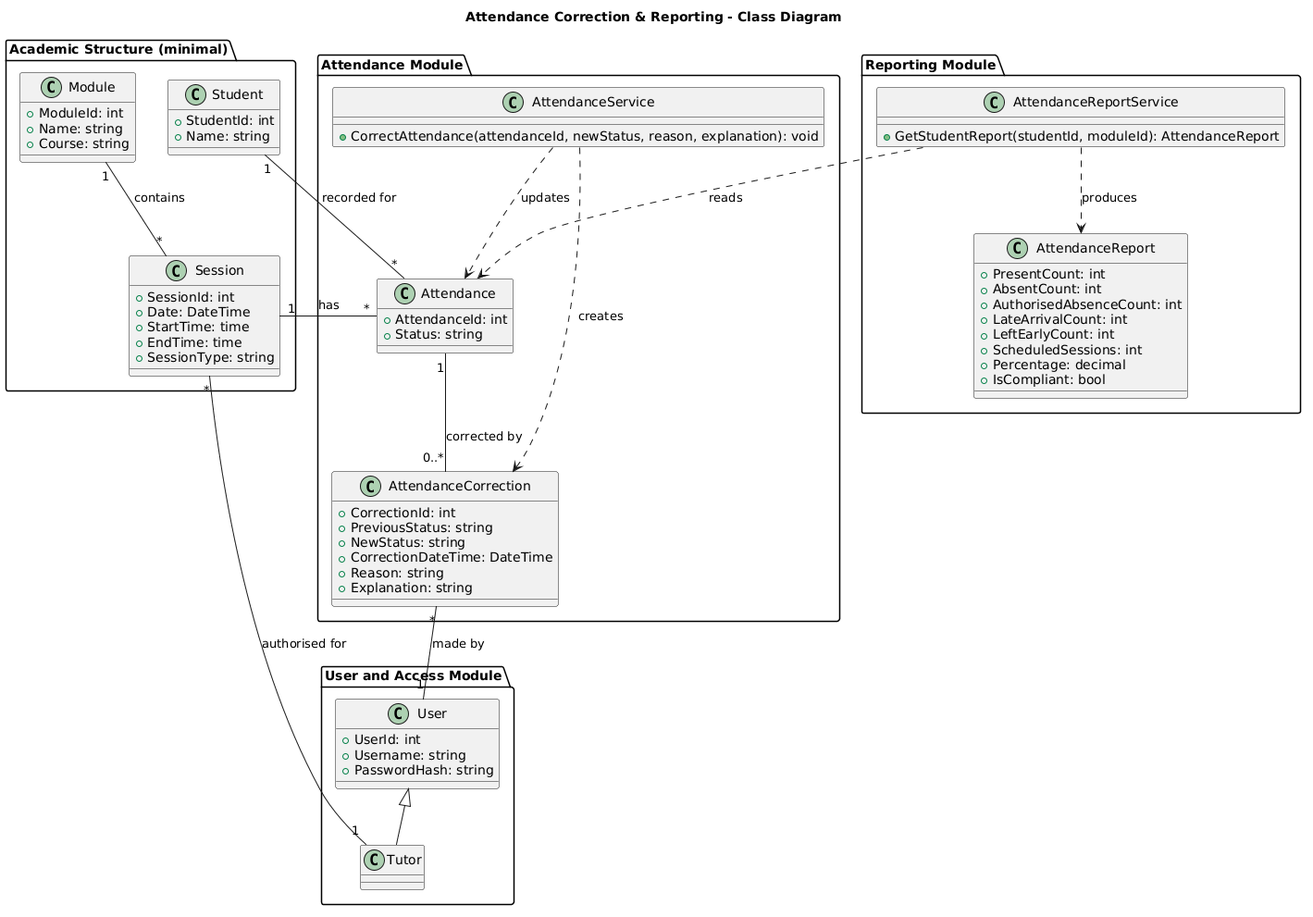
Above: out/diagrams/class-diagram/AttendanceMonitoringSystemClassDiagram.png in Shelly855/attendance-monitoring-copy (PlantUML), before the change. The source it was exported from:
```plantuml
@startuml
title Attendance Correction & Reporting - Class Diagram

package "User and Access Module" {
  class User {
    +UserId: int
    +Username: string
    +PasswordHash: string
  }
  class Tutor
  User <|-- Tutor
}

package "Attendance Module" {
  class Attendance {
    +AttendanceId: int
    +Status: string
  }

  class AttendanceCorrection {
    +CorrectionId: int
    +PreviousStatus: string
    +NewStatus: string
    +CorrectionDateTime: DateTime
    +Reason: string
    +Explanation: string
  }

  class AttendanceService {
    +CorrectAttendance(attendanceId, newStatus, reason, explanation): void
  }
}

package "Reporting Module" {
  class AttendanceReportService {
    +GetStudentReport(studentId, moduleId): AttendanceReport
  }
  class AttendanceReport {
    +PresentCount: int
    +AbsentCount: int
    +AuthorisedAbsenceCount: int
    +LateArrivalCount: int
    +LeftEarlyCount: int
    +ScheduledSessions: int
    +Percentage: decimal
    +IsCompliant: bool
  }
}

package "Academic Structure (minimal)" {
  class Student {
    +StudentId: int
    +Name: string
  }
  class Module {
    +ModuleId: int
    +Name: string
    +Course: string
  }
  class Session {
    +SessionId: int
    +Date: DateTime
    +StartTime: time
    +EndTime: time
    +SessionType: string
  }
}

Tutor "1" -- "*" Session : authorised for
Session "1" -- "*" Attendance : has
Student "1" -- "*" Attendance : recorded for
Module "1" -- "*" Session : contains
Attendance "1" -- "0..*" AttendanceCorrection : corrected by
AttendanceCorrection "*" -- "1" User : made by
AttendanceService ..> Attendance : updates
AttendanceService ..> AttendanceCorrection : creates
AttendanceReportService ..> Attendance : reads
AttendanceReportService ..> AttendanceReport : produces
@enduml
```
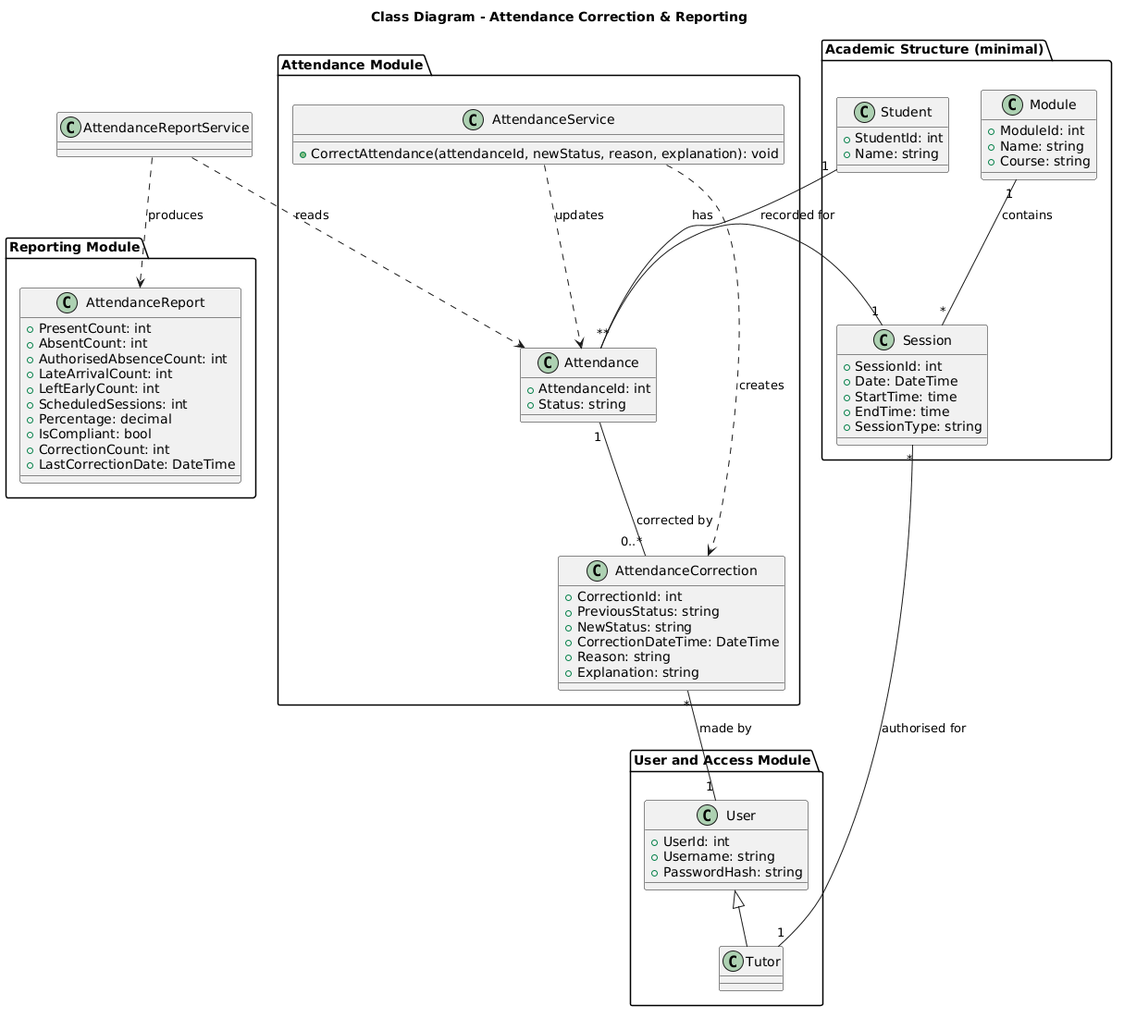
The same file after the commit.

Change to the diagram source:
```diff
@@ -1,5 +1,5 @@
 @startuml
-title Attendance Correction & Reporting - Class Diagram
+title Class Diagram - Attendance Correction & Reporting
 
 package "User and Access Module" {
   class User {
@@ -32,9 +32,6 @@
 }
 
 package "Reporting Module" {
-  class AttendanceReportService {
-    +GetStudentReport(studentId, moduleId): AttendanceReport
-  }
   class AttendanceReport {
     +PresentCount: int
     +AbsentCount: int
@@ -44,6 +41,8 @@
     +ScheduledSessions: int
     +Percentage: decimal
     +IsCompliant: bool
+    +CorrectionCount: int
+    +LastCorrectionDate: DateTime
   }
 }
 
```
